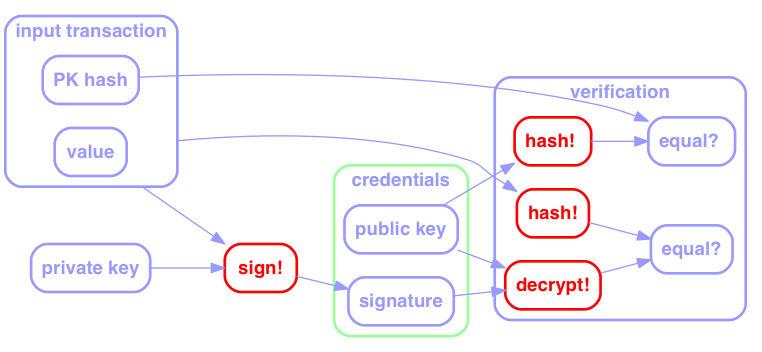
The Graphviz diagram img/verification.png in bluegraybox/BTCSplain, before a commit. Its source is kept beside it as img/verification.gv.
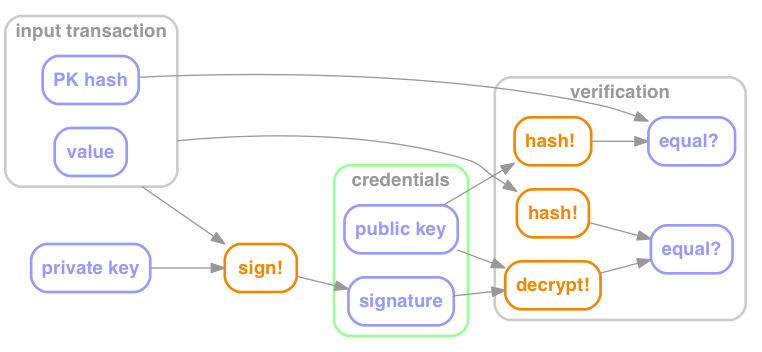
The same diagram one commit later.

Change to the diagram source:
```diff
@@ -6,8 +6,8 @@
         overlap=false,
         splines = spline,
         style="rounded,bold"
-        color="#9999ff"
-        fontcolor="#9999ff",
+        color="#cccccc"
+        fontcolor="#999999",
         fontname="Helvetica-bold"
     ];
     node [
@@ -19,7 +19,7 @@
     ];
     edge [
         # arrowsize=2,
-        color="#9999ff",
+        color="#999999",
     ];
     subgraph cluster_inputs {
         label="input transaction"
@@ -31,10 +31,7 @@
         signature
         "public key"
         graph[
-            # style="rounded,bold"
             color="#99ff99"
-            # fontcolor="#9999ff",
-            # fontname="Helvetica-bold"
         ]
     };
     subgraph cluster_verification {
@@ -45,10 +42,10 @@
         "equal?"
         "equal? "
     };
-    "hash!" [color=red, fontcolor=red]
-    "decrypt!" [color=red, fontcolor=red]
-    "sign!" [color=red, fontcolor=red]
-    "hash! " [color=red, fontcolor=red]
+    "hash!" [color="#ee8800", fontcolor="#ee8800"]
+    "decrypt!" [color="#ee8800", fontcolor="#ee8800"]
+    "sign!" [color="#ee8800", fontcolor="#ee8800"]
+    "hash! " [color="#ee8800", fontcolor="#ee8800"]
 
 
     # transaction -> "hash!"
```
